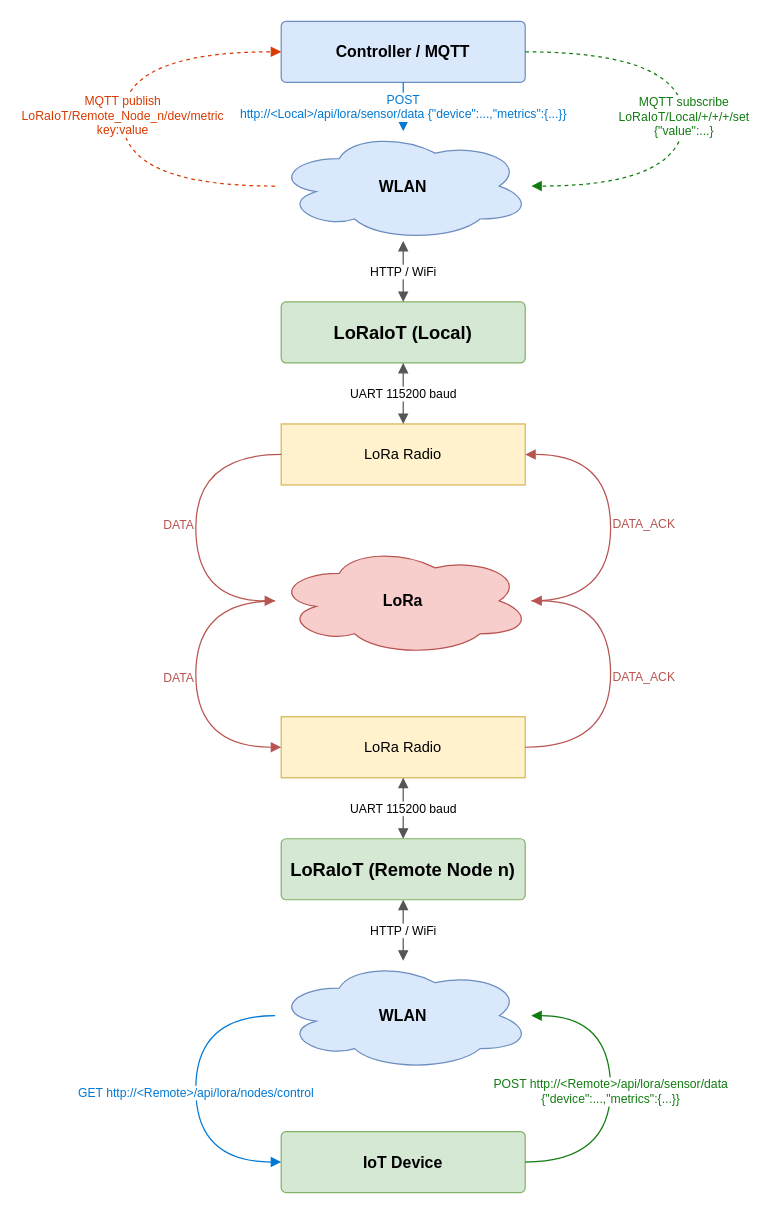
Before: doc/images/LoRaIoT-flow.drawio in Warpguru/LoRaIoT, a draw.io diagram. Source tidied: cells renumbered, new cells numbered last; positions are measured from the earlier drawing's top-left corner, leaving out a move shared by most shapes. Both pictures are drawn from the tidied source at 122%, with x=0, y=0 at pixel (122, 21).
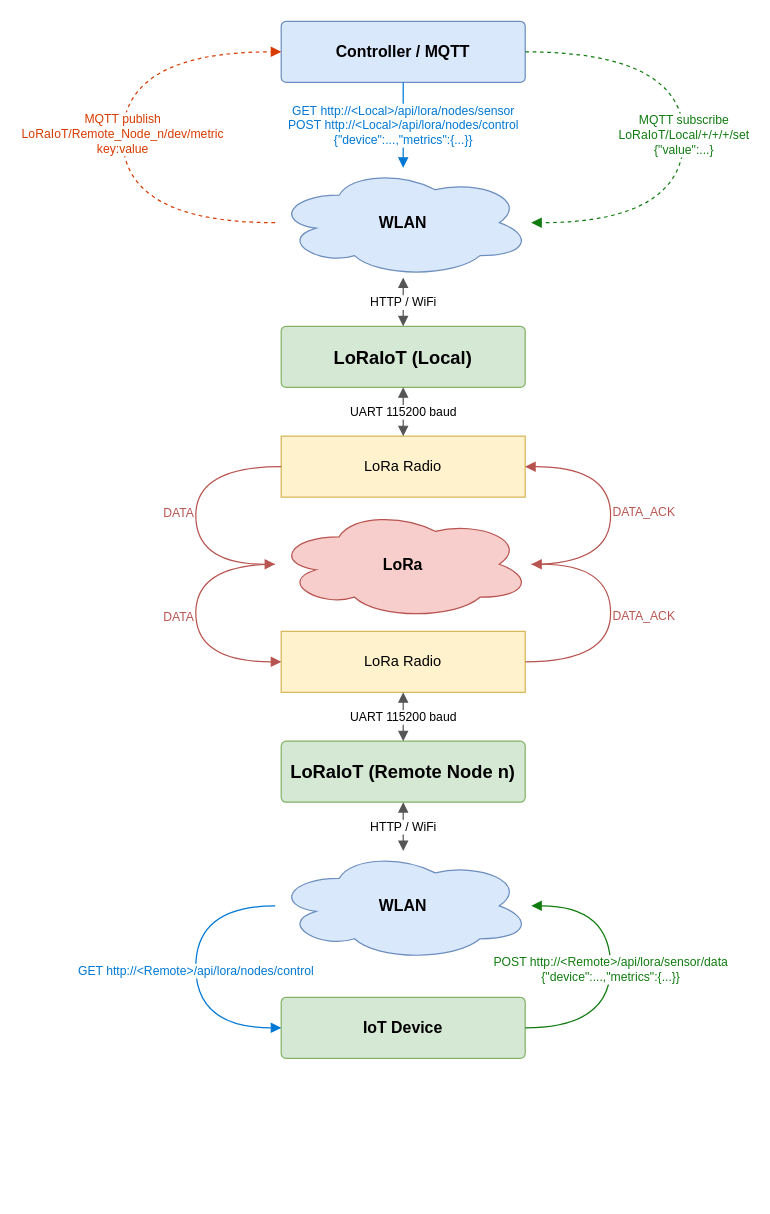
The same page after the edit.

Unchanged cells that the change refers to:
```xml
<mxCell id="2" value="Controller / MQTT" style="rounded=1;whiteSpace=wrap;html=1;fillColor=#dae8fc;strokeColor=#6c8ebf;fontSize=13;fontStyle=1;arcSize=8;" parent="1" vertex="1">
  <mxGeometry x="130" width="200" height="50" as="geometry" />
</mxCell>
```

Change to the diagram source:
```diff
@@
     <mxCell id="3" value="WLAN" style="ellipse;shape=cloud;whiteSpace=wrap;html=1;fillColor=#dae8fc;strokeColor=#6c8ebf;fontSize=13;fontStyle=1;" parent="1" vertex="1">
-      <mxGeometry x="125" y="90" width="210" height="90" as="geometry" />
+      <mxGeometry x="125" y="120" width="210" height="90" as="geometry" />
     </mxCell>
     <mxCell id="4" value="LoRaIoT (Local)" style="rounded=1;whiteSpace=wrap;html=1;fillColor=#d5e8d4;strokeColor=#82b366;fontSize=15;fontStyle=1;arcSize=8;" parent="1" vertex="1">
-      <mxGeometry x="130" y="230" width="200" height="50" as="geometry" />
+      <mxGeometry x="130" y="250" width="200" height="50" as="geometry" />
     </mxCell>
     <mxCell id="5" value="LoRa Radio" style="rounded=0;whiteSpace=wrap;html=1;fillColor=#fff2cc;strokeColor=#d6b656;fontSize=12;" parent="1" vertex="1">
-      <mxGeometry x="130" y="330" width="200" height="50" as="geometry" />
+      <mxGeometry x="130" y="340" width="200" height="50" as="geometry" />
     </mxCell>
     <mxCell id="6" value="LoRa" style="ellipse;shape=cloud;whiteSpace=wrap;html=1;fillColor=#f8cecc;strokeColor=#b85450;fontSize=13;fontStyle=1;" parent="1" vertex="1">
-      <mxGeometry x="125" y="430" width="210" height="90" as="geometry" />
+      <mxGeometry x="125" y="400" width="210" height="90" as="geometry" />
     </mxCell>
     <mxCell id="7" value="LoRa Radio" style="rounded=0;whiteSpace=wrap;html=1;fillColor=#fff2cc;strokeColor=#d6b656;fontSize=12;" parent="1" vertex="1">
-      <mxGeometry x="130" y="570" width="200" height="50" as="geometry" />
+      <mxGeometry x="130" y="500" width="200" height="50" as="geometry" />
     </mxCell>
     <mxCell id="8" value="LoRaIoT (Remote Node n)" style="rounded=1;whiteSpace=wrap;html=1;fillColor=#d5e8d4;strokeColor=#82b366;fontSize=15;fontStyle=1;arcSize=8;" parent="1" vertex="1">
-      <mxGeometry x="130" y="670" width="200" height="50" as="geometry" />
+      <mxGeometry x="130" y="590" width="200" height="50" as="geometry" />
     </mxCell>
     <mxCell id="9" value="WLAN" style="ellipse;shape=cloud;whiteSpace=wrap;html=1;fillColor=#dae8fc;strokeColor=#6c8ebf;fontSize=13;fontStyle=1;" parent="1" vertex="1">
-      <mxGeometry x="125" y="770" width="210" height="90" as="geometry" />
+      <mxGeometry x="125" y="680" width="210" height="90" as="geometry" />
     </mxCell>
     <mxCell id="10" value="IoT Device" style="rounded=1;whiteSpace=wrap;html=1;fillColor=#d5e8d4;strokeColor=#82b366;fontSize=13;fontStyle=1;arcSize=8;" parent="1" vertex="1">
-      <mxGeometry x="130" y="910" width="200" height="50" as="geometry" />
+      <mxGeometry x="130" y="800" width="200" height="50" as="geometry" />
     </mxCell>
-    <mxCell id="11" value="POST&lt;br&gt;http://&amp;lt;Local&amp;gt;/api/lora/sensor/data {&quot;device&quot;:...,&quot;metrics&quot;:{...}}" style="edgeStyle=orthogonalEdgeStyle;html=1;strokeColor=#0078D4;fontColor=#0078D4;fontSize=10;align=center;labelBackgroundColor=#ffffff;endArrow=block;endFill=1;startArrow=none;exitX=0.5;exitY=1;exitDx=0;exitDy=0;entryX=0.5;entryY=0;entryDx=0;entryDy=0;" parent="1" edge="1" source="2" target="3">
+    <mxCell id="11" value="GET&amp;nbsp;http://&amp;lt;Local&amp;gt;/api/lora/nodes/sensor&lt;br&gt;POST&amp;nbsp;http://&amp;lt;Local&amp;gt;/api/lora/nodes/control&lt;br&gt;{&quot;device&quot;:...,&quot;metrics&quot;:{...}}" style="edgeStyle=orthogonalEdgeStyle;html=1;strokeColor=#0078D4;fontColor=#0078D4;fontSize=10;align=center;labelBackgroundColor=#ffffff;endArrow=block;endFill=1;startArrow=none;exitX=0.5;exitY=1;exitDx=0;exitDy=0;entryX=0.5;entryY=0;entryDx=0;entryDy=0;" parent="1" edge="1" source="2" target="3">
       <mxGeometry relative="1" as="geometry" />
     </mxCell>
```
